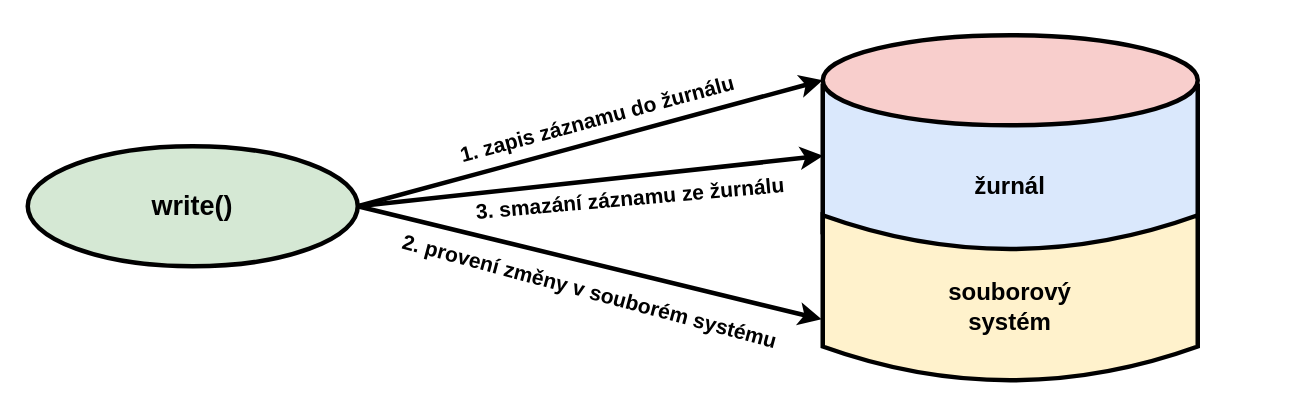
Above: diagrams/journaling/journaling.drawio in Doly02/thesis (draw.io), before the change. Source tidied: cells renumbered, new cells numbered last; positions are measured from the earlier drawing's top-left corner, leaving out a move shared by most shapes. Both pictures are drawn from the tidied source at 150%, with x=0, y=0 at pixel (27, -20).
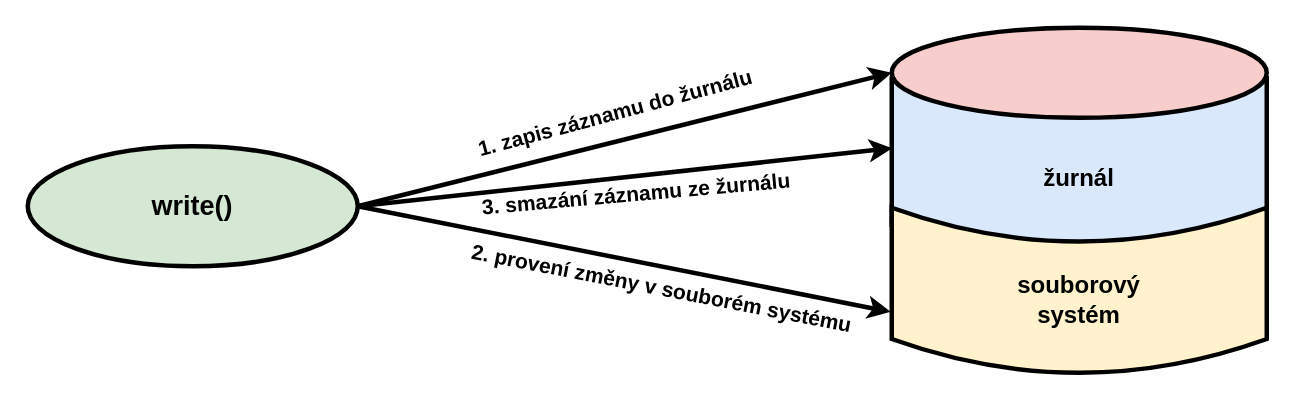
The same page after the edit.

Change to the diagram source:
```diff
@@
 <mxGraphModel>
   <root>
     <mxCell id="0" />
     <mxCell id="1" parent="0" />
     <mxCell id="2" value="&lt;font style=&quot;font-size: 18px;&quot;&gt;&lt;b style=&quot;&quot;&gt;write()&lt;/b&gt;&lt;/font&gt;" style="ellipse;whiteSpace=wrap;html=1;strokeWidth=3;fillColor=#d5e8d4;strokeColor=#000000;" parent="1" vertex="1">
       <mxGeometry y="110" width="220" height="80" as="geometry" />
     </mxCell>
     <mxCell id="3" style="endArrow=classic;html=1;rounded=0;exitX=1;exitY=0.5;exitDx=0;exitDy=0;entryX=0;entryY=0.5;entryDx=0;entryDy=0;strokeWidth=3;" parent="1" edge="1" source="2" target="8">
       <mxGeometry relative="1" as="geometry" />
     </mxCell>
     <mxCell id="4" style="endArrow=classic;html=1;rounded=0;entryX=0.579;entryY=0.001;entryDx=0;entryDy=0;strokeWidth=3;entryPerimeter=0;" parent="1" edge="1" target="7">
       <mxGeometry relative="1" as="geometry">
         <mxPoint x="220" y="150" as="sourcePoint" />
       </mxGeometry>
     </mxCell>
     <mxCell id="5" style="endArrow=classic;html=1;rounded=0;strokeWidth=3;entryX=0.369;entryY=-0.003;entryDx=0;entryDy=0;entryPerimeter=0;" parent="1" edge="1" target="9">
       <mxGeometry relative="1" as="geometry">
         <mxPoint x="220" y="150" as="sourcePoint" />
       </mxGeometry>
     </mxCell>
     <mxCell id="6" style="group;" parent="1" vertex="1">
-      <mxGeometry x="530" y="36" width="250" height="230" as="geometry" />
+      <mxGeometry x="576" y="31" width="250" height="230" as="geometry" />
     </mxCell>
     <mxCell id="7" style="shape=dataStorage;whiteSpace=wrap;html=1;fixedSize=1;rotation=-90;size=12.5;fillColor=#dae8fc;strokeColor=#000000;strokeWidth=3;" parent="6" vertex="1">
       <mxGeometry x="70" y="-36" width="110" height="250" as="geometry" />
     </mxCell>
     <mxCell id="8" style="ellipse;whiteSpace=wrap;html=1;fillColor=#f8cecc;strokeColor=#000000;strokeWidth=3;" parent="6" vertex="1">
       <mxGeometry width="250" height="60" as="geometry" />
     </mxCell>
     <mxCell id="9" style="shape=dataStorage;whiteSpace=wrap;html=1;fixedSize=1;rotation=-90;size=22.5;fillColor=#fff2cc;strokeColor=#000000;strokeWidth=3;" parent="6" vertex="1">
       <mxGeometry x="70" y="50" width="110" height="250" as="geometry" />
     </mxCell>
     <mxCell id="10" value="&lt;b&gt;&lt;font style=&quot;font-size: 16px;&quot;&gt;souborový systém&lt;/font&gt;&lt;/b&gt;" style="text;html=1;align=center;verticalAlign=middle;whiteSpace=wrap;rounded=0;" parent="6" vertex="1">
       <mxGeometry x="62" y="160" width="126" height="42" as="geometry" />
     </mxCell>
     <mxCell id="11" value="&lt;b&gt;&lt;font style=&quot;font-size: 16px;&quot;&gt;žurnál&lt;/font&gt;&lt;/b&gt;" style="text;html=1;align=center;verticalAlign=middle;whiteSpace=wrap;rounded=0;" parent="6" vertex="1">
       <mxGeometry x="62" y="79" width="126" height="42" as="geometry" />
     </mxCell>
-    <mxCell id="12" value="&lt;b&gt;&lt;font style=&quot;font-size: 14px;&quot;&gt;2. provení změny v souborém systému&lt;/font&gt;&lt;/b&gt;" style="text;html=1;align=center;verticalAlign=middle;whiteSpace=wrap;rounded=0;rotation=15;" parent="1" vertex="1">
-      <mxGeometry x="240" y="192" width="270" height="30" as="geometry" />
+    <mxCell id="12" value="&lt;b&gt;&lt;font style=&quot;font-size: 14px;&quot;&gt;2. provení změny v souborém systému&lt;/font&gt;&lt;/b&gt;" style="text;html=1;align=center;verticalAlign=middle;whiteSpace=wrap;rounded=0;rotation=11;" parent="1" vertex="1">
+      <mxGeometry x="288" y="190" width="270" height="30" as="geometry" />
     </mxCell>
     <mxCell id="13" value="&lt;b&gt;&lt;font style=&quot;font-size: 14px;&quot;&gt;1. zapis záznamu do žurnálu&lt;/font&gt;&lt;/b&gt;" style="text;html=1;align=center;verticalAlign=middle;whiteSpace=wrap;rounded=0;rotation=-15;" parent="1" vertex="1">
-      <mxGeometry x="245" y="77" width="270" height="30" as="geometry" />
+      <mxGeometry x="257" y="73" width="270" height="30" as="geometry" />
     </mxCell>
     <mxCell id="14" value="&lt;b&gt;&lt;font style=&quot;font-size: 14px;&quot;&gt;3. smazání záznamu ze žurnálu&lt;/font&gt;&lt;/b&gt;" style="text;html=1;align=center;verticalAlign=middle;whiteSpace=wrap;rounded=0;rotation=-5;" parent="1" vertex="1">
-      <mxGeometry x="267" y="130" width="270" height="30" as="geometry" />
+      <mxGeometry x="271" y="127" width="270" height="30" as="geometry" />
     </mxCell>
   </root>
 </mxGraphModel>
```
